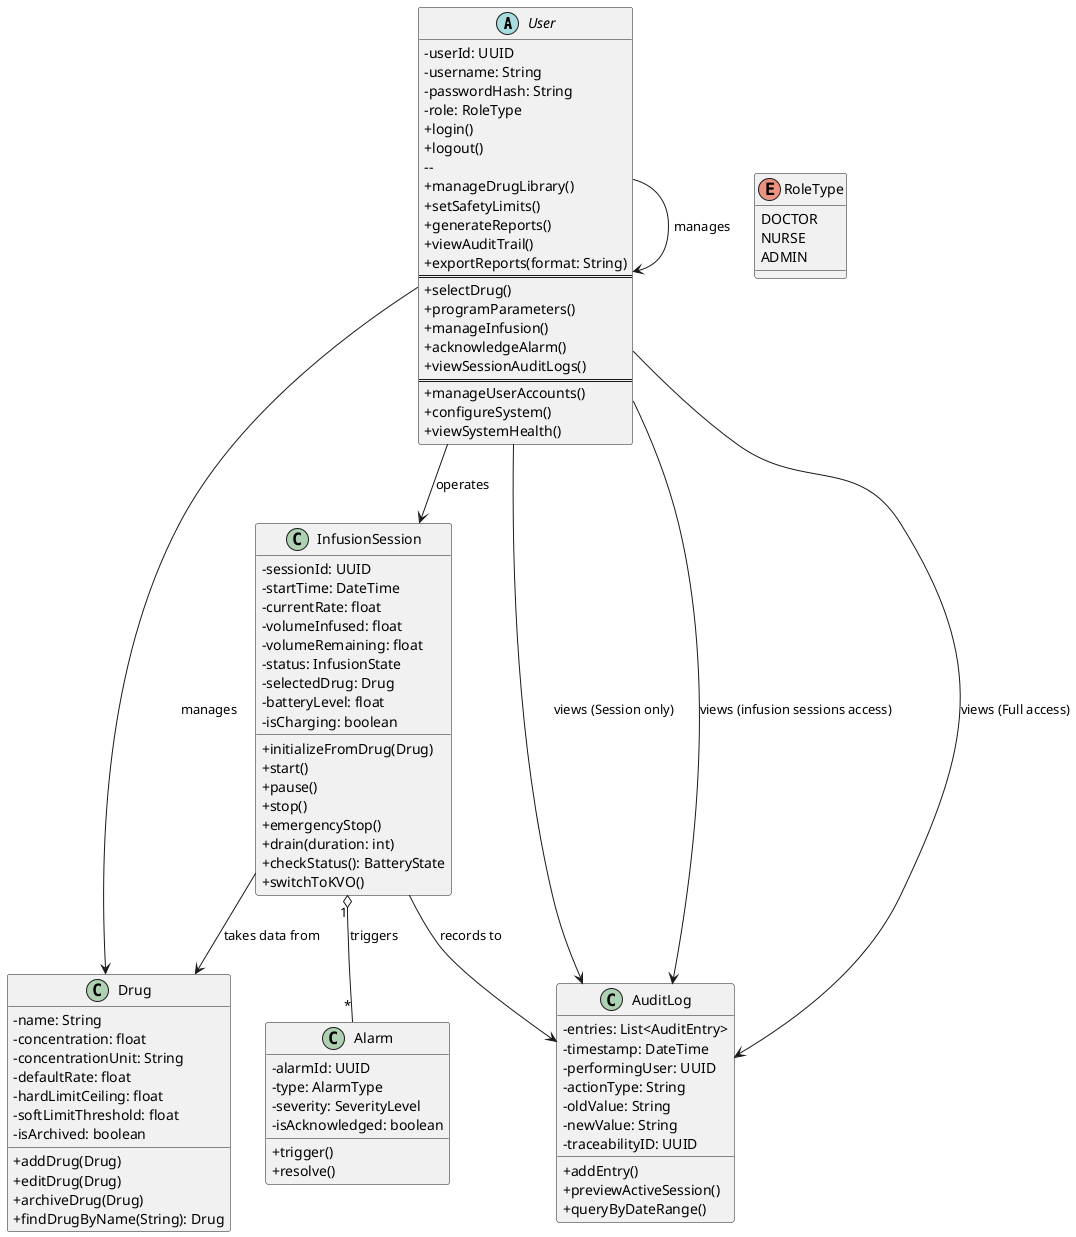
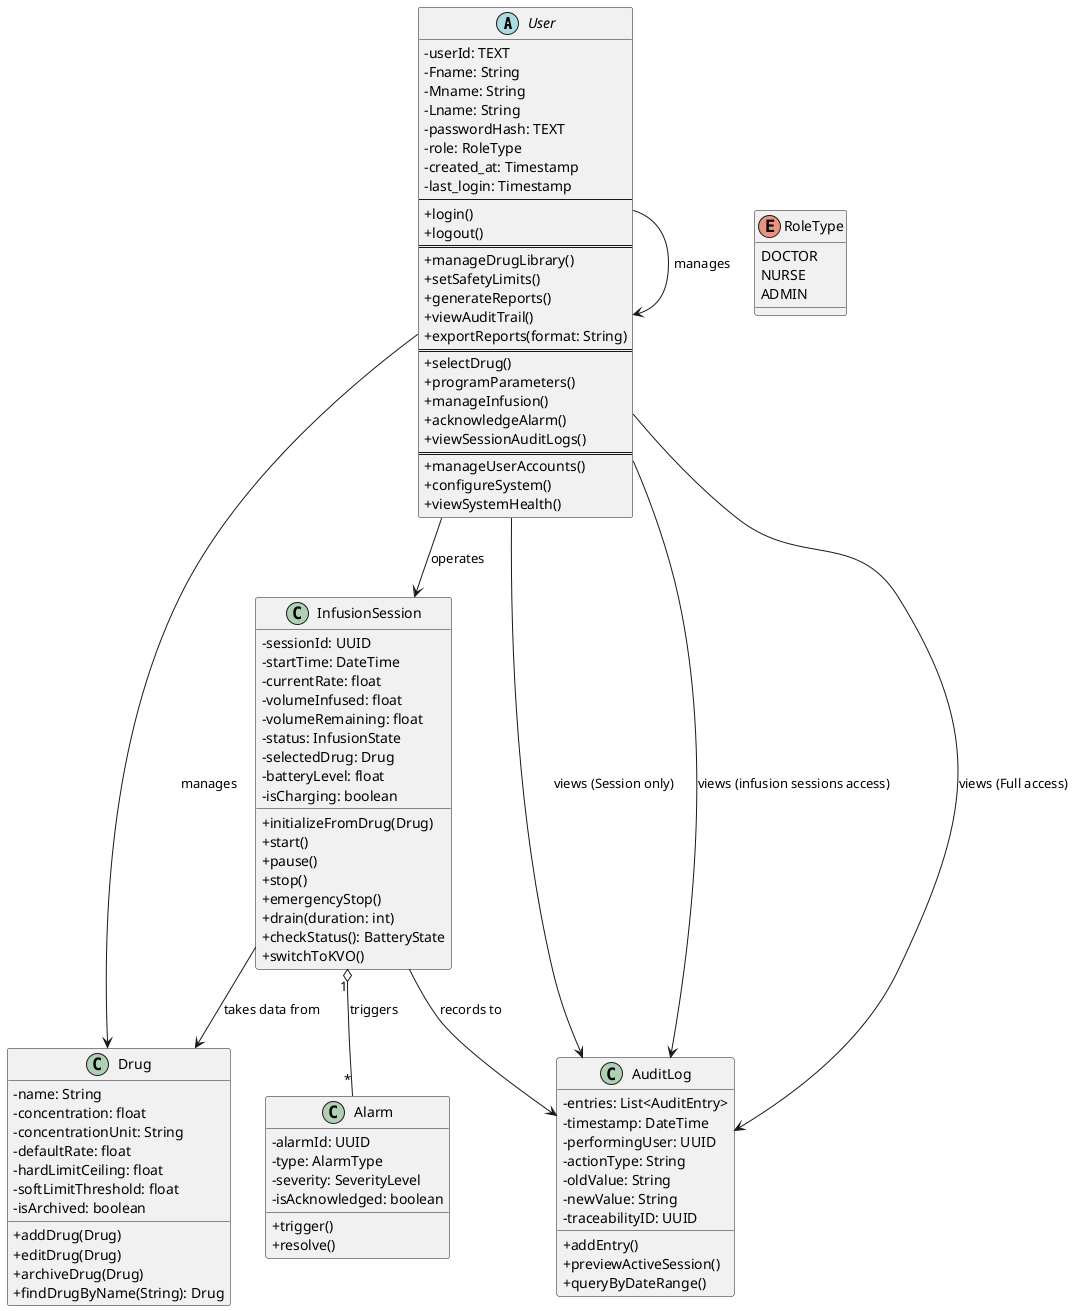
@startuml
skinparam classAttributeIconSize 0

' --- User Management & RBAC (F-A-01, S-ALL-01) ---
abstract class User {
-   -userId: UUID
-   -username: String
-   -passwordHash: String
+   -userId: TEXT
+   -Fname: String
+   -Mname: String
+   -Lname: String
+   -passwordHash: TEXT
  -role: RoleType
+   -created_at: Timestamp
+   -last_login: Timestamp
+   --
  +login()
  +logout()
-     --
+   ==
  ' Doctor-specific functions
  +manageDrugLibrary()
  +setSafetyLimits()
  +generateReports()
  +viewAuditTrail()
  +exportReports(format: String)
  ==
  ' Nurse-specific functions
  +selectDrug()
  +programParameters()
  +manageInfusion()
  +acknowledgeAlarm()
  +viewSessionAuditLogs()
  ==
  ' Admin-specific functions
  +manageUserAccounts()
  +configureSystem()
  +viewSystemHealth()
}

enum RoleType {
  DOCTOR
  NURSE
  ADMIN
- }
- 
+   }

' --- Drug Library & Safety (F-D-01, F-D-02, SF-D-01) ---
class Drug {
  -name: String
  -concentration: float
  -concentrationUnit: String
  -defaultRate: float
  -hardLimitCeiling: float
  -softLimitThreshold: float
  -isArchived: boolean
  +addDrug(Drug)
  +editDrug(Drug)
  +archiveDrug(Drug)
  +findDrugByName(String): Drug

}

' --- Infusion & Simulation (F-N-04, F-N-06, SF-N-05) ---
class InfusionSession {
  -sessionId: UUID
  -startTime: DateTime
  -currentRate: float
  -volumeInfused: float
  -volumeRemaining: float
  -status: InfusionState
  -selectedDrug: Drug
  -batteryLevel: float
  -isCharging: boolean
  +initializeFromDrug(Drug)
  +start()
  +pause()
  +stop()
  +emergencyStop()
  +drain(duration: int)
  +checkStatus(): BatteryState
  +switchToKVO()
}

' --- Alarms & Safety Logic (F-N-07, SF-N-03) ---
class Alarm {
  -alarmId: UUID
  -type: AlarmType
  -severity: SeverityLevel
  -isAcknowledged: boolean
  +trigger()
  +resolve()
}

class AuditLog {
  ' Immutable Audit Trail (S-D-02, F-D-05)
  -entries: List<AuditEntry>
  -timestamp: DateTime
  -performingUser: UUID
  -actionType: String
  -oldValue: String
  -newValue: String
  -traceabilityID: UUID
  +addEntry()
  +previewActiveSession()
  +queryByDateRange()
}


+ 
' Doctor governs Drug (F-D-01)
User --> Drug : manages

' Nurse operates InfusionSession (F-N-04)
User --> InfusionSession : operates

User --> AuditLog : views (Session only)

InfusionSession "1" o-- "*" Alarm : triggers

InfusionSession --> Drug : "takes data from"

' Logging Relations (S-D-02, S-N-03)
InfusionSession --> AuditLog : records to
User --> AuditLog : views (infusion sessions access)
User --> AuditLog : views (Full access)

' Admin manages Users (F-A-01)
User --> User : manages

@enduml